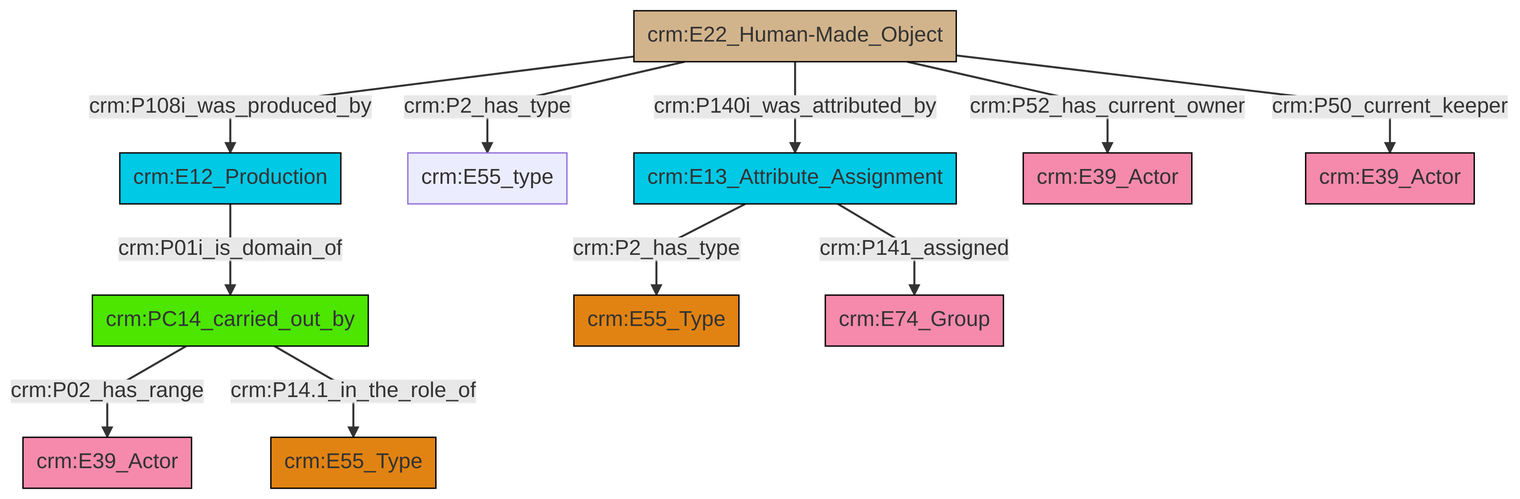
Earlier version of the Mermaid export et/artworkCSV/ttl/mmd/png/Artwork_Actor_Relations.png (swiss-art-research-net/docs.swissartresearch). Its source is kept beside it as et/artworkCSV/ttl/mmd/Artwork_Actor_Relations.ttl.mmd.
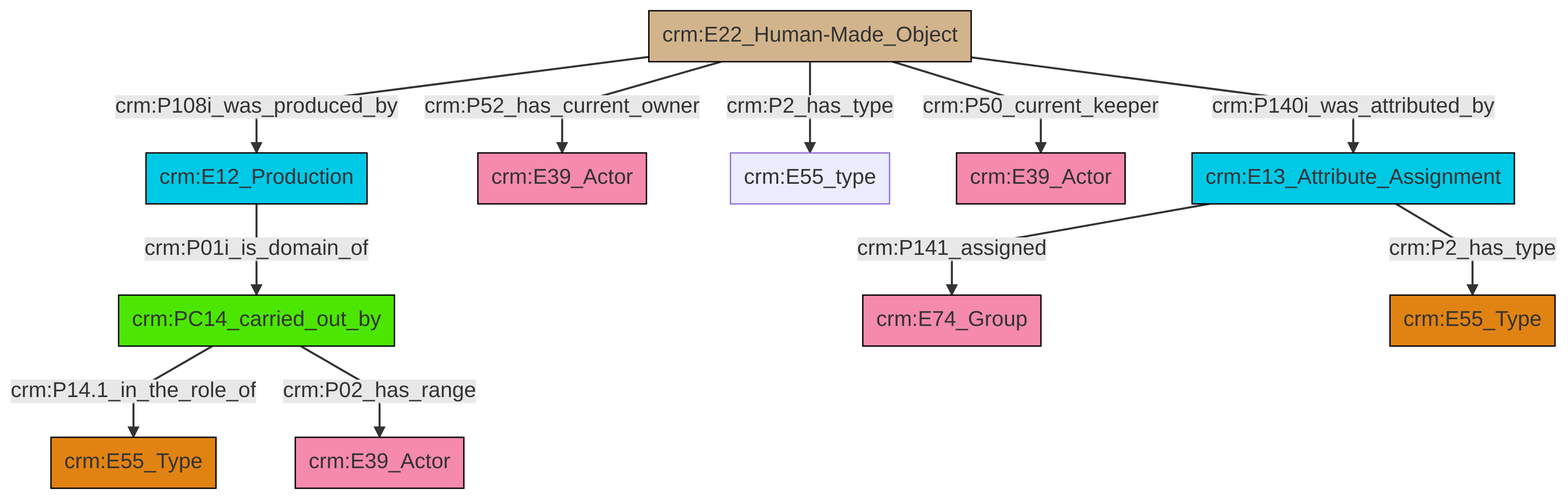
After the commit.

What changed in the source:
```diff
@@ -13,13 +13,13 @@
 classDef PC_Classes fill:#4ce600, stroke:#000000;
 classDef Multi fill:#cccccc,stroke:#000000;
 
-2["crm:E22_Human-Made_Object"]:::Physical_Thing -->|crm:P140i_was_attributed_by| 3["crm:E13_Attribute_Assignment"]:::Temporal_Entity
-4["crm:PC14_carried_out_by"]:::PC_Classes -->|crm:P02_has_range| 5["crm:E39_Actor"]:::Actor
-4["crm:PC14_carried_out_by"]:::PC_Classes -->|crm:P14.1_in_the_role_of| 0["crm:E55_Type"]:::Type
-3["crm:E13_Attribute_Assignment"]:::Temporal_Entity -->|crm:P2_has_type| 9["crm:E55_Type"]:::Type
-2["crm:E22_Human-Made_Object"]:::Physical_Thing -->|crm:P2_has_type| 7["crm:E55_type"]:::Default
-2["crm:E22_Human-Made_Object"]:::Physical_Thing -->|crm:P108i_was_produced_by| 10["crm:E12_Production"]:::Temporal_Entity
-2["crm:E22_Human-Made_Object"]:::Physical_Thing -->|crm:P52_has_current_owner| 15["crm:E39_Actor"]:::Actor
-10["crm:E12_Production"]:::Temporal_Entity -->|crm:P01i_is_domain_of| 4["crm:PC14_carried_out_by"]:::PC_Classes
-2["crm:E22_Human-Made_Object"]:::Physical_Thing -->|crm:P50_current_keeper| 17["crm:E39_Actor"]:::Actor
-3["crm:E13_Attribute_Assignment"]:::Temporal_Entity -->|crm:P141_assigned| 12["crm:E74_Group"]:::Actor
+0["crm:PC14_carried_out_by"]:::PC_Classes -->|crm:P14.1_in_the_role_of| 2["crm:E55_Type"]:::Type
+5["crm:E22_Human-Made_Object"]:::Physical_Thing -->|crm:P108i_was_produced_by| 7["crm:E12_Production"]:::Temporal_Entity
+5["crm:E22_Human-Made_Object"]:::Physical_Thing -->|crm:P2_has_type| 12["crm:E55_type"]:::Default
+7["crm:E12_Production"]:::Temporal_Entity -->|crm:P01i_is_domain_of| 0["crm:PC14_carried_out_by"]:::PC_Classes
+5["crm:E22_Human-Made_Object"]:::Physical_Thing -->|crm:P50_current_keeper| 13["crm:E39_Actor"]:::Actor
+16["crm:E13_Attribute_Assignment"]:::Temporal_Entity -->|crm:P141_assigned| 3["crm:E74_Group"]:::Actor
+5["crm:E22_Human-Made_Object"]:::Physical_Thing -->|crm:P52_has_current_owner| 10["crm:E39_Actor"]:::Actor
+5["crm:E22_Human-Made_Object"]:::Physical_Thing -->|crm:P140i_was_attributed_by| 16["crm:E13_Attribute_Assignment"]:::Temporal_Entity
+16["crm:E13_Attribute_Assignment"]:::Temporal_Entity -->|crm:P2_has_type| 8["crm:E55_Type"]:::Type
+0["crm:PC14_carried_out_by"]:::PC_Classes -->|crm:P02_has_range| 14["crm:E39_Actor"]:::Actor
```
